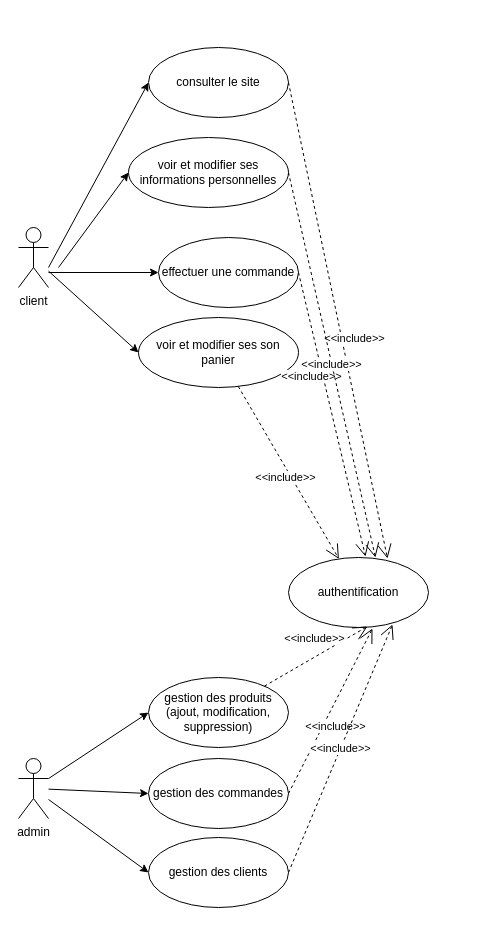
This is UML/use_case.drawio from yassineghorbal/PFR, a draw.io file, before an edit. Source tidied: cells renumbered, new cells numbered last; positions are measured from the earlier drawing's top-left corner, leaving out a move shared by most shapes. Both pictures are drawn from the tidied source at 100%, with x=0, y=0 at pixel (18, 47).
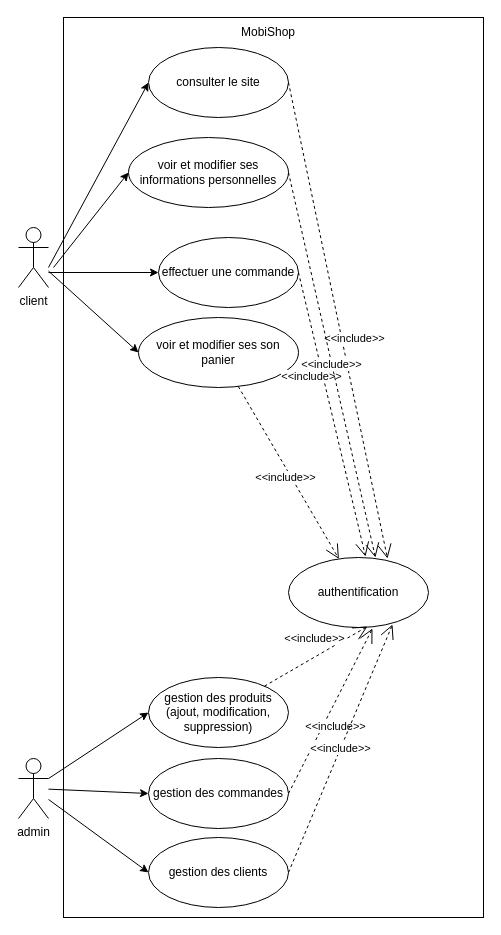
Above is the later version.

The change refers to these unchanged cells:
```xml
<mxCell id="22" value="voir et modifier ses informations personnelles" style="ellipse;whiteSpace=wrap;html=1;" parent="1" vertex="1">
  <mxGeometry x="110" y="90" width="160" height="70" as="geometry" />
</mxCell>
```

Diff of the diagram source:
```diff
@@
+    <mxCell id="26" style="rounded=0;whiteSpace=wrap;html=1;" parent="1" vertex="1">
+      <mxGeometry x="45" y="-30" width="420" height="900" as="geometry" />
+    </mxCell>
@@
     <mxCell id="5" style="edgeStyle=none;html=1;entryX=0;entryY=0.5;entryDx=0;entryDy=0;" parent="1" edge="1" target="22">
       <mxGeometry relative="1" as="geometry">
-        <mxPoint x="40" y="220" as="sourcePoint" />
+        <mxPoint x="35" y="220" as="sourcePoint" />
       </mxGeometry>
     </mxCell>
@@
+    <mxCell id="27" value="MobiShop" style="text;html=1;strokeColor=none;fillColor=none;align=center;verticalAlign=middle;whiteSpace=wrap;rounded=0;" parent="1" vertex="1">
+      <mxGeometry x="220" y="-30" width="60" height="30" as="geometry" />
+    </mxCell>
```
